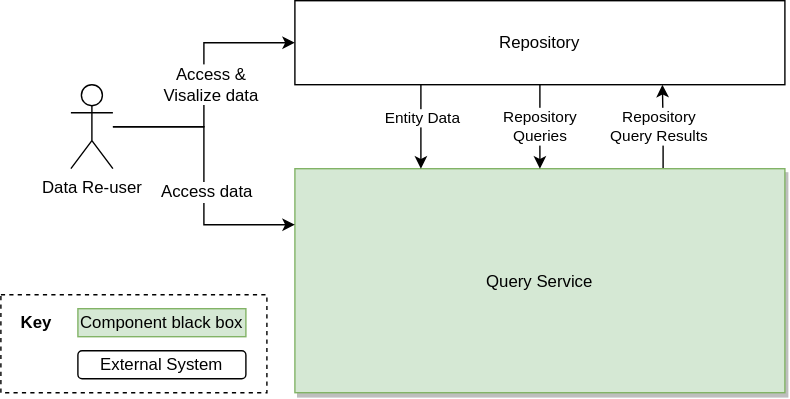
Earlier version of the draw.io export systems/Query/diagrams/03-business-context.drawio.svg (wmde/wikidata-wikibase-architecture). Source tidied: cells renumbered, new cells last; positions are measured from the earlier drawing's top-left corner, leaving out a move shared by most shapes. Its diagram source:
```xml
<mxGraphModel>
  <root>
    <mxCell id="0" />
    <mxCell id="1" parent="0" />
    <mxCell id="2" style="edgeStyle=orthogonalEdgeStyle;rounded=0;jettySize=auto;html=1;entryX=0.75;entryY=1;entryDx=0;entryDy=0;" parent="1" edge="1" source="4" target="13">
      <mxGeometry relative="1" as="geometry">
        <Array as="points">
          <mxPoint x="473" y="90" />
          <mxPoint x="473" y="90" />
        </Array>
      </mxGeometry>
    </mxCell>
    <mxCell id="3" value="Repository&lt;br&gt;Query Results" style="edgeLabel;html=1;align=center;verticalAlign=middle;" parent="2" vertex="1">
      <mxGeometry x="0.31" y="-2" relative="1" as="geometry">
        <mxPoint x="-5" y="9" as="offset" />
      </mxGeometry>
    </mxCell>
    <mxCell id="4" value="Query Service" style="rounded=0;shadow=1;fontSize=12;strokeColor=#82b366;direction=west;fillColor=#d5e8d4;" parent="1" vertex="1">
      <mxGeometry x="210" y="120" width="350" height="160" as="geometry" />
    </mxCell>
    <mxCell id="5" style="rounded=0;whiteSpace=wrap;html=1;fillColor=none;dashed=1;" parent="1" vertex="1">
      <mxGeometry y="210" width="190" height="70" as="geometry" />
    </mxCell>
    <mxCell id="6" value="&lt;b&gt;Key&lt;/b&gt;" style="text;html=1;align=center;verticalAlign=middle;strokeColor=none;" parent="1" vertex="1">
      <mxGeometry x="5" y="220" width="40" height="20" as="geometry" />
    </mxCell>
    <mxCell id="7" value="Component black box" style="rounded=0;whiteSpace=wrap;html=1;align=center;fillColor=#d5e8d4;strokeColor=#82b366;" parent="1" vertex="1">
      <mxGeometry x="55" y="220" width="120" height="20" as="geometry" />
    </mxCell>
    <mxCell id="8" value="External System" style="rounded=1;whiteSpace=wrap;html=1;align=center;" parent="1" vertex="1">
      <mxGeometry x="55" y="250" width="120" height="20" as="geometry" />
    </mxCell>
    <mxCell id="9" style="edgeStyle=orthogonalEdgeStyle;rounded=0;orthogonalLoop=1;jettySize=auto;html=1;entryX=0.5;entryY=1;entryDx=0;entryDy=0;" parent="1" edge="1">
      <mxGeometry relative="1" as="geometry">
        <mxPoint x="300" y="60" as="sourcePoint" />
        <mxPoint x="300" y="120" as="targetPoint" />
      </mxGeometry>
    </mxCell>
    <mxCell id="10" value="Entity Data" style="edgeLabel;html=1;align=center;verticalAlign=middle;" parent="9" vertex="1">
      <mxGeometry x="-0.22" y="1" relative="1" as="geometry" />
    </mxCell>
    <mxCell id="11" style="edgeStyle=orthogonalEdgeStyle;rounded=0;jettySize=auto;html=1;entryX=0.5;entryY=1;entryDx=0;entryDy=0;" parent="1" edge="1" source="13" target="4">
      <mxGeometry relative="1" as="geometry" />
    </mxCell>
    <mxCell id="12" value="Repository&lt;br&gt;Queries" style="edgeLabel;html=1;align=center;verticalAlign=middle;" parent="11" vertex="1">
      <mxGeometry x="-0.28" y="1" relative="1" as="geometry">
        <mxPoint x="-1" y="8" as="offset" />
      </mxGeometry>
    </mxCell>
    <mxCell id="13" value="Repository" style="rounded=0;whiteSpace=wrap;html=1;" parent="1" vertex="1">
      <mxGeometry x="210" width="350" height="60" as="geometry" />
    </mxCell>
    <mxCell id="14" style="edgeStyle=orthogonalEdgeStyle;rounded=0;jettySize=auto;html=1;entryX=0;entryY=0.5;entryDx=0;entryDy=0;fontSize=12;" parent="1" edge="1" source="18" target="13">
      <mxGeometry relative="1" as="geometry" />
    </mxCell>
    <mxCell id="15" value="Access &amp;amp;&lt;br&gt;Visalize data" style="edgeLabel;html=1;align=center;verticalAlign=middle;fontSize=12;" parent="14" vertex="1">
      <mxGeometry x="0.15" y="-4" relative="1" as="geometry">
        <mxPoint x="1" y="14" as="offset" />
      </mxGeometry>
    </mxCell>
    <mxCell id="16" style="edgeStyle=orthogonalEdgeStyle;rounded=0;jettySize=auto;html=1;entryX=1;entryY=0.75;entryDx=0;entryDy=0;fontSize=12;" parent="1" edge="1" source="18" target="4">
      <mxGeometry relative="1" as="geometry" />
    </mxCell>
    <mxCell id="17" value="Access data" style="edgeLabel;html=1;align=center;verticalAlign=middle;fontSize=12;" parent="16" vertex="1">
      <mxGeometry x="0.12" y="2" relative="1" as="geometry" />
    </mxCell>
    <mxCell id="18" value="Data Re-user" style="shape=umlActor;verticalLabelPosition=bottom;verticalAlign=top;html=1;outlineConnect=0;" parent="1" vertex="1">
      <mxGeometry x="50" y="60" width="30" height="60" as="geometry" />
    </mxCell>
  </root>
</mxGraphModel>
```
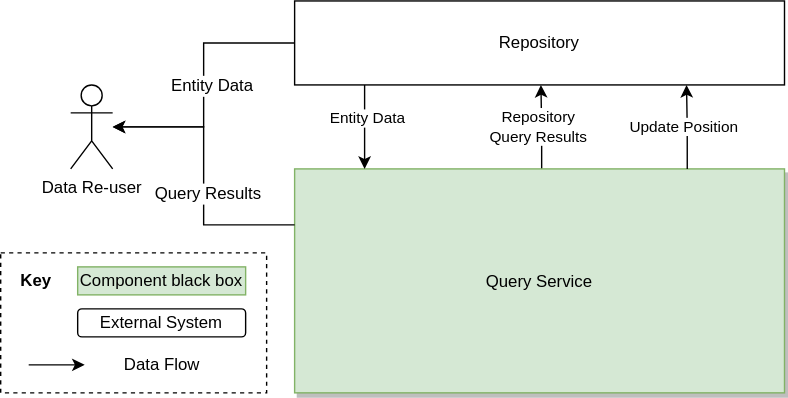
The same file after the commit.

Change to the diagram source:
```diff
@@ -2,11 +2,13 @@
   <root>
     <mxCell id="0" />
     <mxCell id="1" parent="0" />
-    <mxCell id="2" style="edgeStyle=orthogonalEdgeStyle;rounded=0;jettySize=auto;html=1;entryX=0.75;entryY=1;entryDx=0;entryDy=0;" parent="1" edge="1" source="4" target="13">
+    <mxCell id="2" style="edgeStyle=orthogonalEdgeStyle;rounded=0;orthogonalLoop=1;jettySize=auto;html=1;entryX=0.75;entryY=1;entryDx=0;entryDy=0;" parent="1" edge="1">
       <mxGeometry relative="1" as="geometry">
+        <mxPoint x="386.5" y="150" as="sourcePoint" />
+        <mxPoint x="386" y="90" as="targetPoint" />
         <Array as="points">
-          <mxPoint x="473" y="90" />
-          <mxPoint x="473" y="90" />
+          <mxPoint x="386.5" y="120" />
+          <mxPoint x="386.5" y="120" />
         </Array>
       </mxGeometry>
     </mxCell>
@@ -16,10 +18,10 @@
       </mxGeometry>
     </mxCell>
     <mxCell id="4" value="Query Service" style="rounded=0;shadow=1;fontSize=12;strokeColor=#82b366;direction=west;fillColor=#d5e8d4;" parent="1" vertex="1">
-      <mxGeometry x="210" y="120" width="350" height="160" as="geometry" />
+      <mxGeometry x="210" y="150" width="350" height="160" as="geometry" />
     </mxCell>
     <mxCell id="5" style="rounded=0;whiteSpace=wrap;html=1;fillColor=none;dashed=1;" parent="1" vertex="1">
-      <mxGeometry y="210" width="190" height="70" as="geometry" />
+      <mxGeometry y="210" width="190" height="100" as="geometry" />
     </mxCell>
     <mxCell id="6" value="&lt;b&gt;Key&lt;/b&gt;" style="text;html=1;align=center;verticalAlign=middle;strokeColor=none;" parent="1" vertex="1">
       <mxGeometry x="5" y="220" width="40" height="20" as="geometry" />
@@ -32,40 +34,56 @@
     </mxCell>
     <mxCell id="9" style="edgeStyle=orthogonalEdgeStyle;rounded=0;orthogonalLoop=1;jettySize=auto;html=1;entryX=0.5;entryY=1;entryDx=0;entryDy=0;" parent="1" edge="1">
       <mxGeometry relative="1" as="geometry">
-        <mxPoint x="300" y="60" as="sourcePoint" />
-        <mxPoint x="300" y="120" as="targetPoint" />
+        <mxPoint x="260" y="90" as="sourcePoint" />
+        <mxPoint x="260" y="150" as="targetPoint" />
       </mxGeometry>
     </mxCell>
     <mxCell id="10" value="Entity Data" style="edgeLabel;html=1;align=center;verticalAlign=middle;" parent="9" vertex="1">
       <mxGeometry x="-0.22" y="1" relative="1" as="geometry" />
     </mxCell>
-    <mxCell id="11" style="edgeStyle=orthogonalEdgeStyle;rounded=0;jettySize=auto;html=1;entryX=0.5;entryY=1;entryDx=0;entryDy=0;" parent="1" edge="1" source="13" target="4">
-      <mxGeometry relative="1" as="geometry" />
-    </mxCell>
-    <mxCell id="12" value="Repository&lt;br&gt;Queries" style="edgeLabel;html=1;align=center;verticalAlign=middle;" parent="11" vertex="1">
-      <mxGeometry x="-0.28" y="1" relative="1" as="geometry">
-        <mxPoint x="-1" y="8" as="offset" />
-      </mxGeometry>
-    </mxCell>
     <mxCell id="13" value="Repository" style="rounded=0;whiteSpace=wrap;html=1;" parent="1" vertex="1">
-      <mxGeometry x="210" width="350" height="60" as="geometry" />
+      <mxGeometry x="210" y="30" width="350" height="60" as="geometry" />
     </mxCell>
-    <mxCell id="14" style="edgeStyle=orthogonalEdgeStyle;rounded=0;jettySize=auto;html=1;entryX=0;entryY=0.5;entryDx=0;entryDy=0;fontSize=12;" parent="1" edge="1" source="18" target="13">
+    <mxCell id="14" style="edgeStyle=orthogonalEdgeStyle;rounded=0;jettySize=auto;html=1;entryX=0;entryY=0.5;entryDx=0;entryDy=0;fontSize=12;startArrow=classic;startFill=1;endArrow=none;endFill=0;" parent="1" edge="1" source="18" target="13">
       <mxGeometry relative="1" as="geometry" />
     </mxCell>
-    <mxCell id="15" value="Access &amp;amp;&lt;br&gt;Visalize data" style="edgeLabel;html=1;align=center;verticalAlign=middle;fontSize=12;" parent="14" vertex="1">
+    <mxCell id="15" value="Entity Data" style="edgeLabel;html=1;align=center;verticalAlign=middle;fontSize=12;" parent="14" vertex="1">
       <mxGeometry x="0.15" y="-4" relative="1" as="geometry">
         <mxPoint x="1" y="14" as="offset" />
       </mxGeometry>
     </mxCell>
-    <mxCell id="16" style="edgeStyle=orthogonalEdgeStyle;rounded=0;jettySize=auto;html=1;entryX=1;entryY=0.75;entryDx=0;entryDy=0;fontSize=12;" parent="1" edge="1" source="18" target="4">
+    <mxCell id="16" style="edgeStyle=orthogonalEdgeStyle;rounded=0;jettySize=auto;html=1;entryX=1;entryY=0.75;entryDx=0;entryDy=0;fontSize=12;startArrow=classic;startFill=1;endArrow=none;endFill=0;" parent="1" edge="1" source="18" target="4">
       <mxGeometry relative="1" as="geometry" />
     </mxCell>
-    <mxCell id="17" value="Access data" style="edgeLabel;html=1;align=center;verticalAlign=middle;fontSize=12;" parent="16" vertex="1">
+    <mxCell id="17" value="Query Results" style="edgeLabel;html=1;align=center;verticalAlign=middle;fontSize=12;" parent="16" vertex="1">
       <mxGeometry x="0.12" y="2" relative="1" as="geometry" />
     </mxCell>
     <mxCell id="18" value="Data Re-user" style="shape=umlActor;verticalLabelPosition=bottom;verticalAlign=top;html=1;outlineConnect=0;" parent="1" vertex="1">
-      <mxGeometry x="50" y="60" width="30" height="60" as="geometry" />
+      <mxGeometry x="50" y="90" width="30" height="60" as="geometry" />
     </mxCell>
+    <mxCell id="19" style="endArrow=classic;html=1;" parent="1" edge="1">
+      <mxGeometry relative="1" as="geometry">
+        <mxPoint x="20" y="290" as="sourcePoint" />
+        <mxPoint x="60" y="290" as="targetPoint" />
+      </mxGeometry>
+    </mxCell>
+    <mxCell id="20" value="Data Flow" style="text;html=1;align=center;verticalAlign=middle;strokeColor=none;" parent="1" vertex="1">
+      <mxGeometry x="80" y="280" width="70" height="20" as="geometry" />
+    </mxCell>
+    <mxCell id="21" style="edgeStyle=orthogonalEdgeStyle;rounded=0;orthogonalLoop=1;jettySize=auto;html=1;entryX=0.75;entryY=1;entryDx=0;entryDy=0;" parent="1" edge="1">
+      <mxGeometry relative="1" as="geometry">
+        <mxPoint x="490.5" y="150" as="sourcePoint" />
+        <mxPoint x="490" y="90" as="targetPoint" />
+        <Array as="points">
+          <mxPoint x="490.5" y="120" />
+          <mxPoint x="490.5" y="120" />
+        </Array>
+      </mxGeometry>
+    </mxCell>
+    <mxCell id="22" value="Update Position" style="edgeLabel;html=1;align=center;verticalAlign=middle;" parent="21" vertex="1">
+      <mxGeometry x="0.31" y="-2" relative="1" as="geometry">
+        <mxPoint x="-5" y="9" as="offset" />
+      </mxGeometry>
+    </mxCell>
   </root>
 </mxGraphModel>
```
